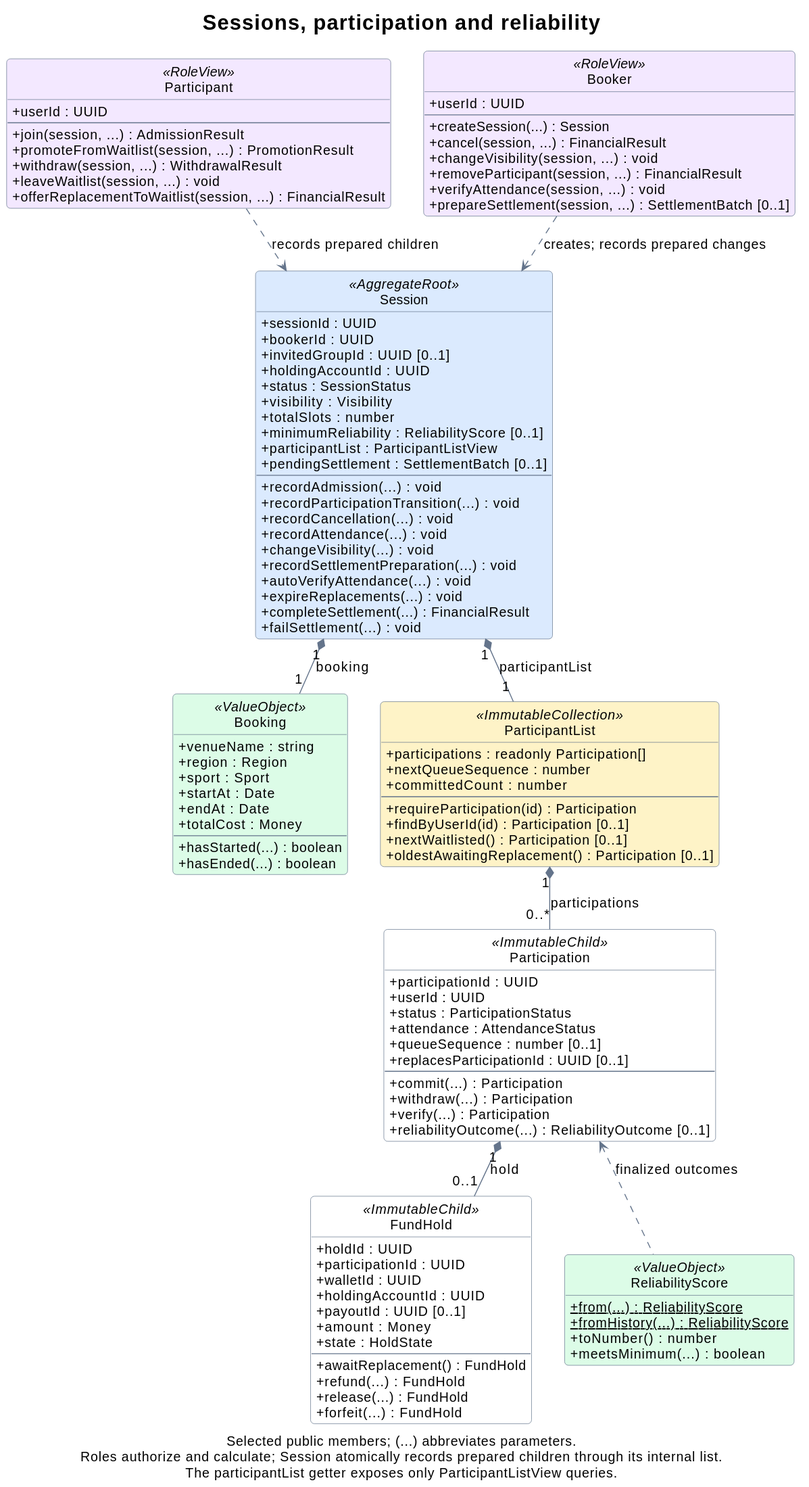
Before: docs/assets/domain-sessions.svg, a diagram exported from PlantUML (rbrishi15/booking-web-manager).
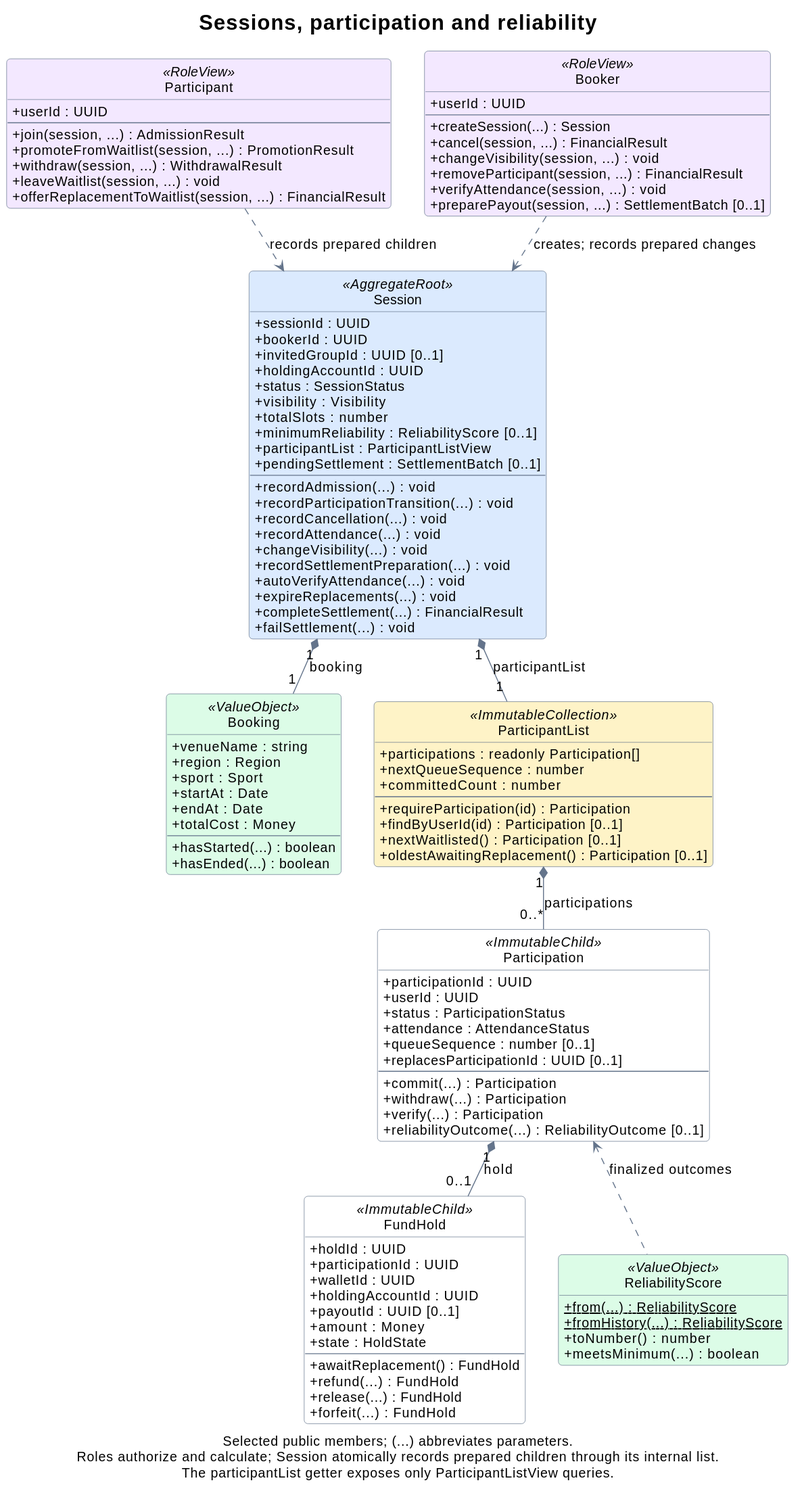
Above is the later version.

The edit, as a diff of the source:
```diff
@@ -64,7 +64,7 @@
   +changeVisibility(session, ...) : void
   +removeParticipant(session, ...) : FinancialResult
   +verifyAttendance(session, ...) : void
-  +prepareSettlement(session, ...) : SettlementBatch [0..1]
+  +preparePayout(session, ...) : SettlementBatch [0..1]
 }
 
 class Booking <<ValueObject>> {
```
